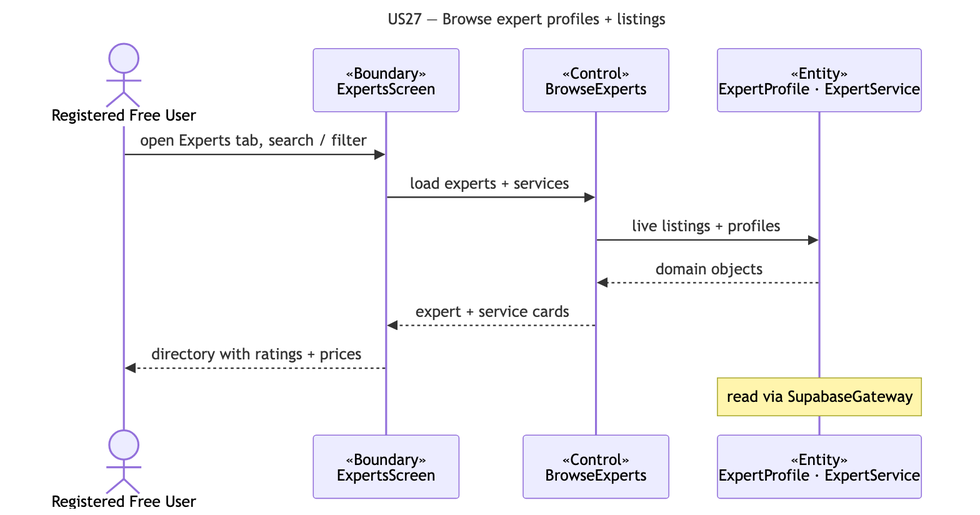
cyuanjun/FYP-26-S2-37-app keeps this Mermaid diagram as docs/deliverables/sequence-diagrams/US27-browse-experts.png. Above is the earlier version. Its source is kept beside it as docs/deliverables/sequence-diagrams/src/US27-browse-experts.mmd.
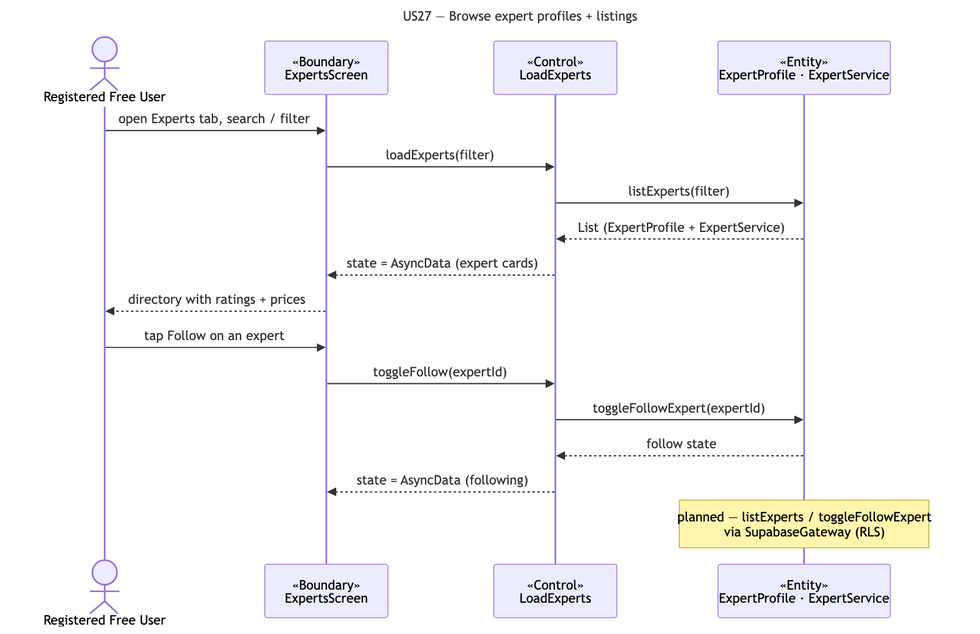
After the change.

Change to the diagram source:
```diff
@@ -4,12 +4,17 @@
 sequenceDiagram
   actor A as Registered Free User
   participant B as «Boundary»<br/>ExpertsScreen
-  participant C as «Control»<br/>BrowseExperts
+  participant C as «Control»<br/>LoadExperts
   participant E as «Entity»<br/>ExpertProfile · ExpertService
   A->>B: open Experts tab, search / filter
-  B->>C: load experts + services
-  C->>E: live listings + profiles
-  E-->>C: domain objects
-  C-->>B: expert + service cards
+  B->>C: loadExperts(filter)
+  C->>E: listExperts(filter)
+  E-->>C: List (ExpertProfile + ExpertService)
+  C-->>B: state = AsyncData (expert cards)
   B-->>A: directory with ratings + prices
-  note over E: read via SupabaseGateway
+  A->>B: tap Follow on an expert
+  B->>C: toggleFollow(expertId)
+  C->>E: toggleFollowExpert(expertId)
+  E-->>C: follow state
+  C-->>B: state = AsyncData (following)
+  note over E: planned — listExperts / toggleFollowExpert<br/>via SupabaseGateway (RLS)
```
